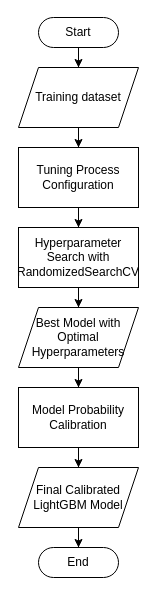
The draw.io diagram diagrams/flowchart mining.drawio in fadhilra101/skripsi, before the edit. Source tidied: cells renumbered, new cells numbered last; positions are measured from the earlier drawing's top-left corner, leaving out a move shared by most shapes. Both pictures are drawn from the tidied source at 100%, with x=0, y=0 at pixel (18, 17).
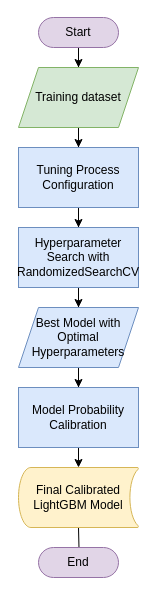
After the change.

Change to the diagram source:
```diff
@@
 <mxGraphModel>
   <root>
     <mxCell id="0" />
     <mxCell id="1" parent="0" />
     <mxCell id="2" style="edgeStyle=orthogonalEdgeStyle;rounded=0;jettySize=auto;html=1;" parent="1" edge="1" source="3" target="5">
       <mxGeometry relative="1" as="geometry" />
     </mxCell>
-    <mxCell id="3" value="Start" style="html=1;dashed=0;whiteSpace=wrap;shape=mxgraph.dfd.start;" parent="1" vertex="1">
+    <mxCell id="3" value="Start" style="html=1;dashed=0;whiteSpace=wrap;shape=mxgraph.dfd.start;fillColor=#e1d5e7;strokeColor=#9673a6;" parent="1" vertex="1">
       <mxGeometry x="20" width="80" height="30" as="geometry" />
     </mxCell>
     <mxCell id="4" style="edgeStyle=orthogonalEdgeStyle;rounded=0;jettySize=auto;html=1;" parent="1" edge="1" source="5" target="7">
       <mxGeometry relative="1" as="geometry" />
     </mxCell>
-    <mxCell id="5" value="Training dataset" style="shape=parallelogram;perimeter=parallelogramPerimeter;whiteSpace=wrap;html=1;fixedSize=1;" parent="1" vertex="1">
+    <mxCell id="5" value="Training dataset" style="shape=parallelogram;perimeter=parallelogramPerimeter;whiteSpace=wrap;html=1;fixedSize=1;fillColor=#d5e8d4;strokeColor=#82b366;" parent="1" vertex="1">
       <mxGeometry y="50" width="120" height="60" as="geometry" />
     </mxCell>
     <mxCell id="6" style="edgeStyle=orthogonalEdgeStyle;rounded=0;jettySize=auto;html=1;" parent="1" edge="1" source="7" target="9">
       <mxGeometry relative="1" as="geometry" />
     </mxCell>
-    <mxCell id="7" value="Tuning Process Configuration" style="rounded=0;whiteSpace=wrap;html=1;" parent="1" vertex="1">
+    <mxCell id="7" value="Tuning Process Configuration" style="rounded=0;whiteSpace=wrap;html=1;fillColor=#dae8fc;strokeColor=#6c8ebf;" parent="1" vertex="1">
       <mxGeometry y="130" width="120" height="60" as="geometry" />
     </mxCell>
     <mxCell id="8" style="edgeStyle=orthogonalEdgeStyle;rounded=0;jettySize=auto;html=1;" parent="1" edge="1" source="9" target="11">
       <mxGeometry relative="1" as="geometry" />
     </mxCell>
-    <mxCell id="9" value="&lt;p&gt;Hyperparameter Search with RandomizedSearchCV&lt;/p&gt;" style="rounded=0;whiteSpace=wrap;html=1;" parent="1" vertex="1">
+    <mxCell id="9" value="&lt;p&gt;Hyperparameter Search with RandomizedSearchCV&lt;/p&gt;" style="rounded=0;whiteSpace=wrap;html=1;fillColor=#dae8fc;strokeColor=#6c8ebf;" parent="1" vertex="1">
       <mxGeometry y="210" width="120" height="60" as="geometry" />
     </mxCell>
     <mxCell id="10" style="edgeStyle=orthogonalEdgeStyle;rounded=0;jettySize=auto;html=1;" parent="1" edge="1" source="11" target="13">
       <mxGeometry relative="1" as="geometry" />
     </mxCell>
-    <mxCell id="11" value="Best Model with Optimal Hyperparameters" style="shape=parallelogram;perimeter=parallelogramPerimeter;whiteSpace=wrap;html=1;fixedSize=1;" parent="1" vertex="1">
+    <mxCell id="11" value="Best Model with Optimal Hyperparameters" style="shape=parallelogram;perimeter=parallelogramPerimeter;whiteSpace=wrap;html=1;fixedSize=1;fillColor=#dae8fc;strokeColor=#6c8ebf;" parent="1" vertex="1">
       <mxGeometry y="290" width="120" height="60" as="geometry" />
     </mxCell>
-    <mxCell id="12" style="edgeStyle=orthogonalEdgeStyle;rounded=0;jettySize=auto;html=1;" parent="1" edge="1" source="13" target="15">
-      <mxGeometry relative="1" as="geometry" />
+    <mxCell id="12" style="edgeStyle=orthogonalEdgeStyle;rounded=0;jettySize=auto;html=1;" parent="1" edge="1" source="13">
+      <mxGeometry relative="1" as="geometry">
+        <mxPoint x="60" y="450" as="targetPoint" />
+      </mxGeometry>
     </mxCell>
-    <mxCell id="13" value="&lt;p&gt;Model Probability Calibration&lt;/p&gt;" style="rounded=0;whiteSpace=wrap;html=1;" parent="1" vertex="1">
+    <mxCell id="13" value="&lt;p&gt;Model Probability Calibration&lt;/p&gt;" style="rounded=0;whiteSpace=wrap;html=1;fillColor=#dae8fc;strokeColor=#6c8ebf;" parent="1" vertex="1">
       <mxGeometry y="370" width="120" height="60" as="geometry" />
     </mxCell>
-    <mxCell id="14" style="edgeStyle=orthogonalEdgeStyle;rounded=0;jettySize=auto;html=1;" parent="1" edge="1" source="15" target="16">
-      <mxGeometry relative="1" as="geometry" />
+    <mxCell id="14" style="edgeStyle=orthogonalEdgeStyle;rounded=0;jettySize=auto;html=1;" parent="1" edge="1" target="16">
+      <mxGeometry relative="1" as="geometry">
+        <mxPoint x="60" y="510" as="sourcePoint" />
+      </mxGeometry>
     </mxCell>
+    <mxCell id="16" value="End" style="html=1;dashed=0;whiteSpace=wrap;shape=mxgraph.dfd.start;fillColor=#e1d5e7;strokeColor=#9673a6;" parent="1" vertex="1">
+      <mxGeometry x="20" y="530" width="80" height="30" as="geometry" />
+    </mxCell>
-    <mxCell id="15" value="Final Calibrated LightGBM Model" style="shape=parallelogram;perimeter=parallelogramPerimeter;whiteSpace=wrap;html=1;fixedSize=1;" parent="1" vertex="1">
+    <mxCell id="15" value="Final Calibrated LightGBM Model" style="strokeWidth=1;html=1;shape=mxgraph.flowchart.stored_data;whiteSpace=wrap;fillColor=#fff2cc;strokeColor=#d6b656;" parent="1" vertex="1">
       <mxGeometry y="450" width="120" height="60" as="geometry" />
     </mxCell>
-    <mxCell id="16" value="End" style="html=1;dashed=0;whiteSpace=wrap;shape=mxgraph.dfd.start;" parent="1" vertex="1">
-      <mxGeometry x="20" y="530" width="80" height="30" as="geometry" />
-    </mxCell>
   </root>
 </mxGraphModel>
```
